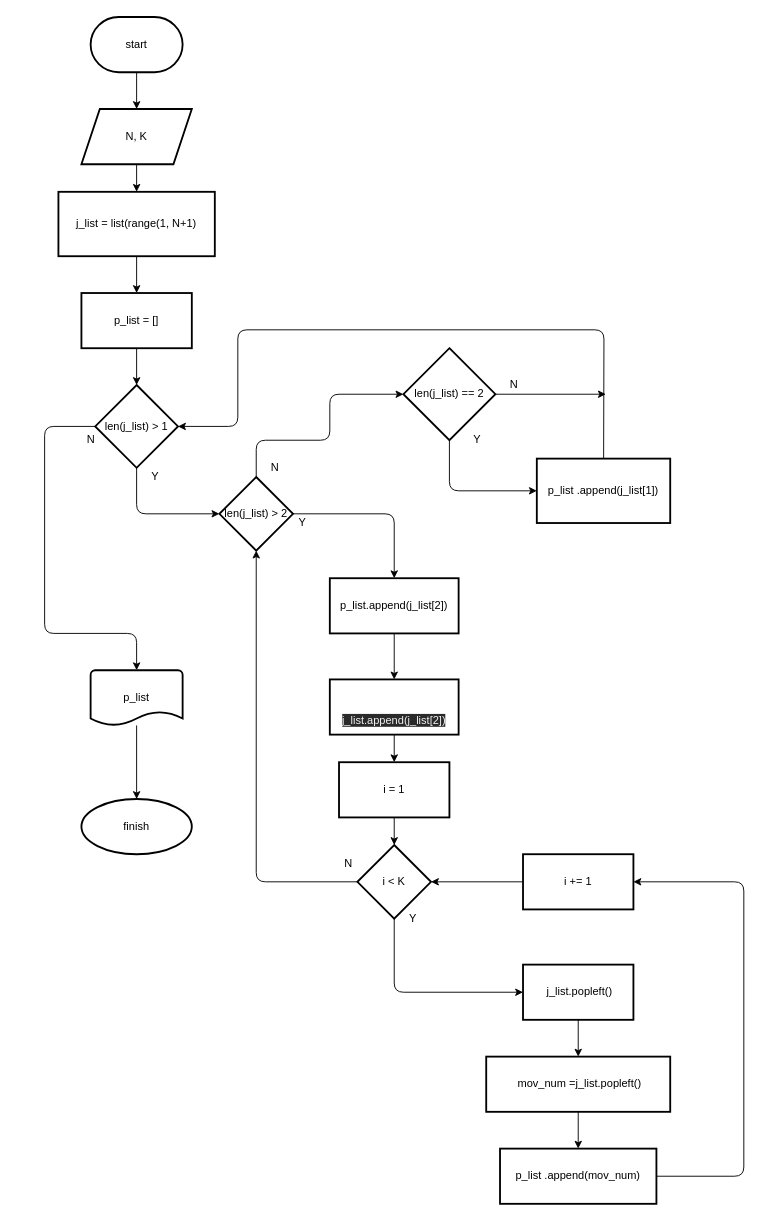
The draw.io diagram stage/20_queue/11866.drawio in Gyeongrok-Oh/boj, before the edit. Source tidied: cells renumbered, new cells numbered last; positions are measured from the earlier drawing's top-left corner, leaving out a move shared by most shapes. Both pictures are drawn from the tidied source at 92%, with x=0, y=0 at pixel (44, 17).
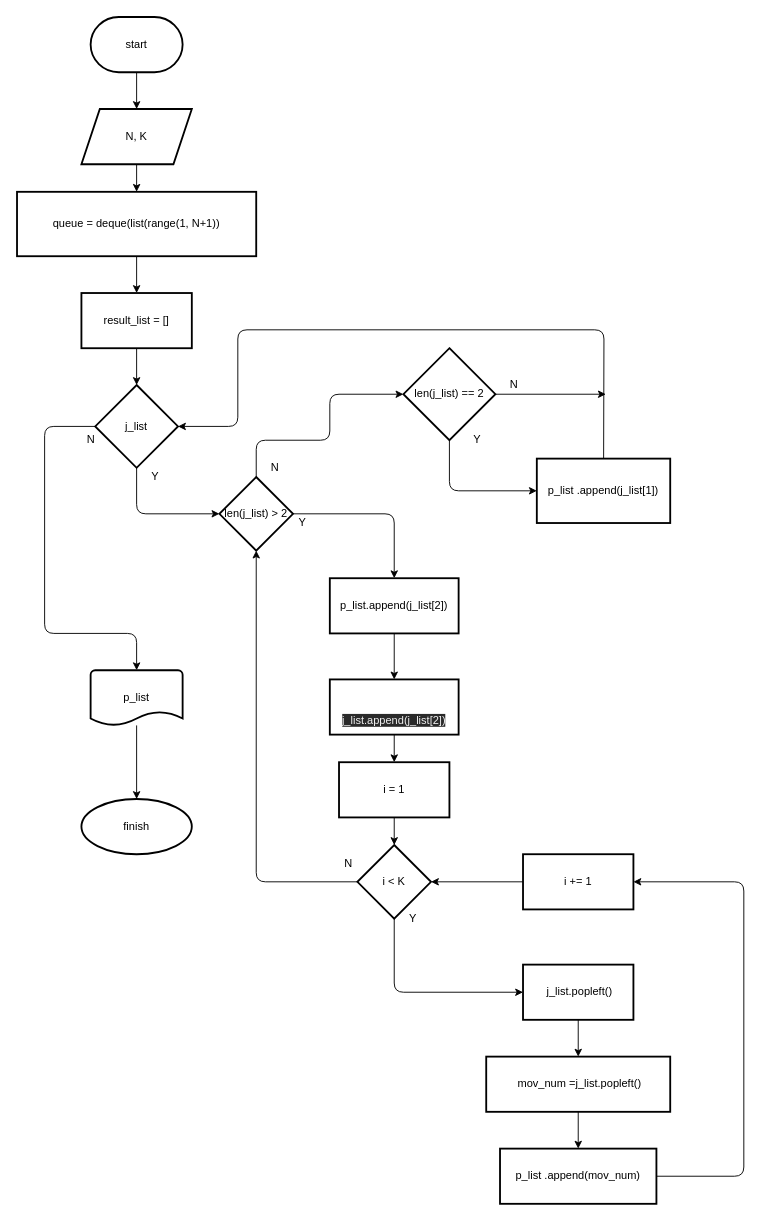
The same page after the edit.

The edit, as a diff of the source:
```diff
@@
-    <mxCell id="7" value="j_list = list(range(1, N+1)" style="whiteSpace=wrap;html=1;strokeWidth=2;" parent="1" vertex="1">
-      <mxGeometry x="15" y="190" width="170" height="70" as="geometry" />
+    <mxCell id="7" value="queue = deque(list(range(1, N+1))" style="whiteSpace=wrap;html=1;strokeWidth=2;" parent="1" vertex="1">
+      <mxGeometry x="-30" y="190" width="260" height="70" as="geometry" />
     </mxCell>
@@
-    <mxCell id="9" value="p_list = []" style="whiteSpace=wrap;html=1;strokeWidth=2;" parent="1" vertex="1">
+    <mxCell id="9" value="result_list = []" style="whiteSpace=wrap;html=1;strokeWidth=2;" parent="1" vertex="1">
       <mxGeometry x="40" y="300" width="120" height="60" as="geometry" />
     </mxCell>
@@
-    <mxCell id="12" value="len(j_list) &amp;gt; 1" style="rhombus;whiteSpace=wrap;html=1;strokeWidth=2;" parent="1" vertex="1">
+    <mxCell id="12" value="j_list" style="rhombus;whiteSpace=wrap;html=1;strokeWidth=2;" parent="1" vertex="1">
       <mxGeometry x="55" y="400" width="90" height="90" as="geometry" />
     </mxCell>
```
